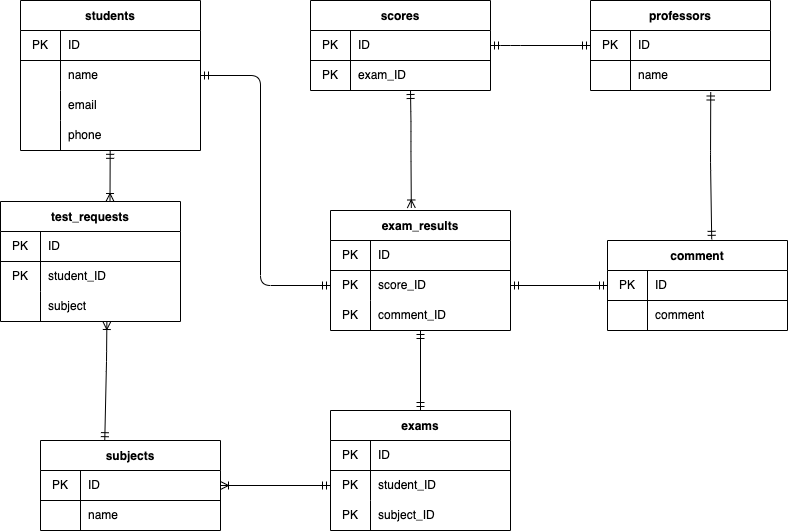
This is exercice.drawio.png from diaaa0219/drawio_exercice8, a draw.io export, as it was before one commit. Source tidied: cells renumbered, new cells last; positions are measured from the earlier drawing's top-left corner, leaving out a move shared by most shapes.
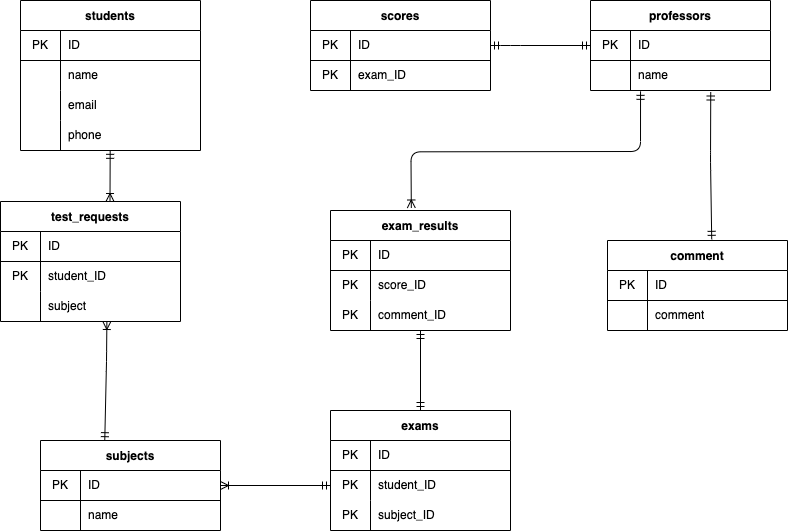
The same diagram one commit later.

Change to the diagram source:
```diff
@@ -115,12 +115,11 @@
         </Array>
       </mxGeometry>
     </mxCell>
-    <mxCell id="36" style="edgeStyle=none;html=1;entryX=0.253;entryY=0.956;entryDx=0;entryDy=0;startArrow=ERoneToMany;startFill=0;endArrow=ERmandOne;endFill=0;entryPerimeter=0;exitX=0.449;exitY=-0.021;exitDx=0;exitDy=0;exitPerimeter=0;" parent="1" edge="1" source="70">
+    <mxCell id="36" style="edgeStyle=none;html=1;entryX=0.278;entryY=1.028;entryDx=0;entryDy=0;startArrow=ERoneToMany;startFill=0;endArrow=ERmandOne;endFill=0;entryPerimeter=0;exitX=0.449;exitY=-0.021;exitDx=0;exitDy=0;exitPerimeter=0;" parent="1" edge="1" source="70" target="31">
       <mxGeometry relative="1" as="geometry">
-        <mxPoint x="410" y="90" as="targetPoint" />
         <Array as="points">
           <mxPoint x="410.5" y="151.3" />
-          <mxPoint x="410.5" y="121.3" />
+          <mxPoint x="640" y="151" />
         </Array>
       </mxGeometry>
     </mxCell>
@@ -258,16 +257,5 @@
     <mxCell id="79" value="comment_ID" style="shape=partialRectangle;html=1;whiteSpace=wrap;fillColor=none;top=0;left=0;bottom=0;right=0;align=left;spacingLeft=6;overflow=hidden;" parent="77" vertex="1">
       <mxGeometry x="40" width="140" height="30" as="geometry" />
     </mxCell>
-    <mxCell id="80" style="edgeStyle=none;html=1;exitX=0;exitY=0.5;exitDx=0;exitDy=0;entryX=1;entryY=0.5;entryDx=0;entryDy=0;startArrow=ERmandOne;startFill=0;endArrow=ERmandOne;endFill=0;" parent="1" edge="1" source="74" target="6">
-      <mxGeometry relative="1" as="geometry">
-        <Array as="points">
-          <mxPoint x="260" y="285" />
-          <mxPoint x="260" y="75" />
-        </Array>
-      </mxGeometry>
-    </mxCell>
-    <mxCell id="81" style="edgeStyle=none;html=1;exitX=1;exitY=0.5;exitDx=0;exitDy=0;entryX=0;entryY=0.5;entryDx=0;entryDy=0;startArrow=ERmandOne;startFill=0;endArrow=ERmandOne;endFill=0;" parent="1" edge="1" source="74" target="46">
-      <mxGeometry relative="1" as="geometry" />
-    </mxCell>
   </root>
 </mxGraphModel>
```
